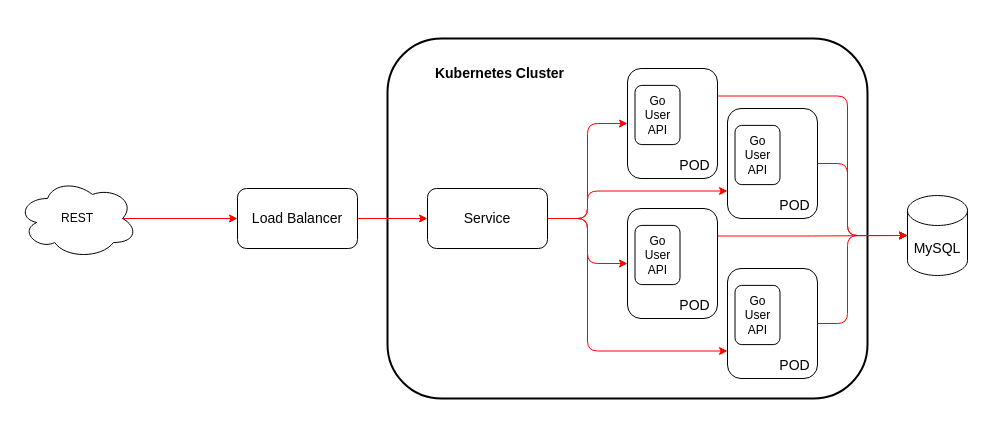
guntoroyk/go-user-api keeps this draw.io diagram as docs/architecture-diagram.drawio. Above is the earlier version. Source tidied: cells renumbered, new cells numbered last; positions are measured from the earlier drawing's top-left corner, leaving out a move shared by most shapes. Both pictures are drawn from the tidied source at 100%, with x=0, y=0 at pixel (17, 38).
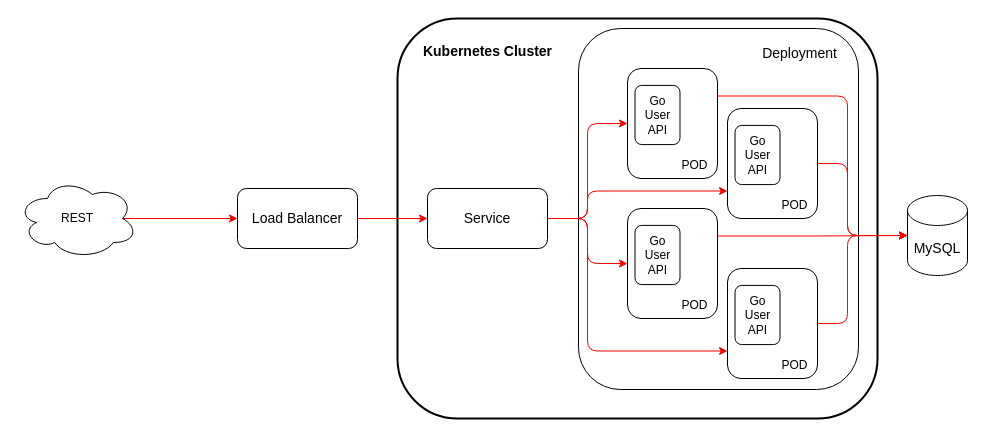
The same page after the edit.

Unchanged cells that the change refers to:
```xml
<mxCell id="18" style="group;" parent="1" vertex="1">
  <mxGeometry x="710" y="70" width="90" height="110" as="geometry" />
</mxCell>
<mxCell id="22" style="group;" parent="1" vertex="1">
  <mxGeometry x="610" y="170" width="90" height="110" as="geometry" />
</mxCell>
<mxCell id="26" style="group;" parent="1" vertex="1">
  <mxGeometry x="710" y="230" width="90" height="110" as="geometry" />
</mxCell>
```

What changed in the source:
```diff
@@
     <mxCell id="2" style="rounded=1;whiteSpace=wrap;html=1;fontSize=14;strokeWidth=2;" parent="1" vertex="1">
-      <mxGeometry x="370" width="480" height="360" as="geometry" />
+      <mxGeometry x="380" y="-20" width="480" height="400" as="geometry" />
     </mxCell>
@@
     <mxCell id="5" style="group;" parent="1" vertex="1">
-      <mxGeometry x="610" y="30" width="90" height="110" as="geometry" />
+      <mxGeometry x="610" y="30" width="250" height="330" as="geometry" />
     </mxCell>
+    <mxCell id="34" style="rounded=1;whiteSpace=wrap;html=1;" parent="5" vertex="1">
+      <mxGeometry x="-49" y="-40" width="280" height="361" as="geometry" />
+    </mxCell>
@@
-    <mxCell id="8" value="&lt;font style=&quot;font-size: 14px&quot;&gt;POD&lt;/font&gt;" style="text;html=1;strokeColor=none;fillColor=none;align=center;verticalAlign=middle;whiteSpace=wrap;rounded=0;" parent="5" vertex="1">
+    <mxCell id="8" value="&lt;font style=&quot;font-size: 12px&quot;&gt;POD&lt;/font&gt;" style="text;html=1;strokeColor=none;fillColor=none;align=center;verticalAlign=middle;whiteSpace=wrap;rounded=0;" parent="5" vertex="1">
       <mxGeometry x="45" y="84.6" width="45" height="25.4" as="geometry" />
     </mxCell>
+    <mxCell id="35" value="Deployment" style="text;html=1;strokeColor=none;fillColor=none;align=center;verticalAlign=middle;whiteSpace=wrap;rounded=0;fontSize=14;" parent="5" vertex="1">
+      <mxGeometry x="95" y="-30" width="155" height="30" as="geometry" />
+    </mxCell>
@@
     <mxCell id="16" value="&lt;b&gt;Kubernetes Cluster&lt;/b&gt;" style="text;html=1;strokeColor=none;fillColor=none;align=center;verticalAlign=middle;whiteSpace=wrap;rounded=0;fontSize=14;" parent="1" vertex="1">
-      <mxGeometry x="405" y="20" width="155" height="30" as="geometry" />
+      <mxGeometry x="392.5" y="-2" width="155" height="30" as="geometry" />
     </mxCell>
@@
-    <mxCell id="21" value="&lt;font style=&quot;font-size: 14px&quot;&gt;POD&lt;/font&gt;" style="text;html=1;strokeColor=none;fillColor=none;align=center;verticalAlign=middle;whiteSpace=wrap;rounded=0;" parent="18" vertex="1">
+    <mxCell id="21" value="&lt;font style=&quot;font-size: 12px&quot;&gt;POD&lt;/font&gt;" style="text;html=1;strokeColor=none;fillColor=none;align=center;verticalAlign=middle;whiteSpace=wrap;rounded=0;" parent="18" vertex="1">
       <mxGeometry x="45" y="84.6" width="45" height="25.4" as="geometry" />
     </mxCell>
@@
-    <mxCell id="25" value="&lt;font style=&quot;font-size: 14px&quot;&gt;POD&lt;/font&gt;" style="text;html=1;strokeColor=none;fillColor=none;align=center;verticalAlign=middle;whiteSpace=wrap;rounded=0;" parent="22" vertex="1">
+    <mxCell id="25" value="&lt;font style=&quot;font-size: 12px&quot;&gt;POD&lt;/font&gt;" style="text;html=1;strokeColor=none;fillColor=none;align=center;verticalAlign=middle;whiteSpace=wrap;rounded=0;" parent="22" vertex="1">
       <mxGeometry x="45" y="84.6" width="45" height="25.4" as="geometry" />
     </mxCell>
@@
-    <mxCell id="29" value="&lt;font style=&quot;font-size: 14px&quot;&gt;POD&lt;/font&gt;" style="text;html=1;strokeColor=none;fillColor=none;align=center;verticalAlign=middle;whiteSpace=wrap;rounded=0;" parent="26" vertex="1">
+    <mxCell id="29" value="&lt;font style=&quot;font-size: 12px&quot;&gt;POD&lt;/font&gt;" style="text;html=1;strokeColor=none;fillColor=none;align=center;verticalAlign=middle;whiteSpace=wrap;rounded=0;" parent="26" vertex="1">
       <mxGeometry x="45" y="84.6" width="45" height="25.4" as="geometry" />
     </mxCell>
```
